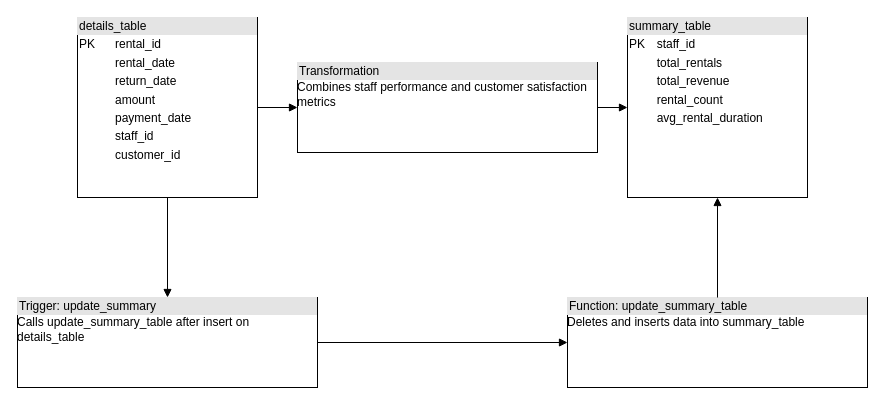
Earlier version of the draw.io diagram Tables Diagram.drawio (timjavins/WGU-D191--Advanced-Data-Management--VDM2). Source tidied: cells renumbered, new cells numbered last; positions are measured from the earlier drawing's top-left corner, leaving out a move shared by most shapes. Both pictures are drawn from the tidied source at 100%, with x=0, y=0 at pixel (17, 17).
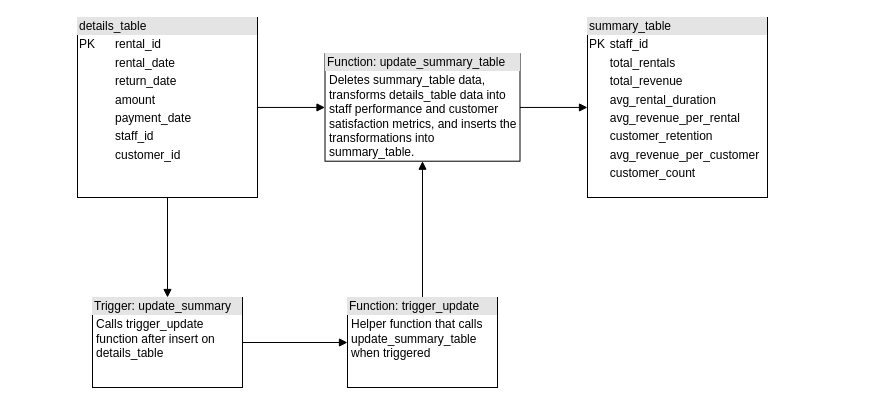
The same page after the edit.

Diff of the diagram source:
```diff
@@
 <mxGraphModel>
   <root>
     <mxCell id="0" />
     <mxCell id="1" parent="0" />
     <mxCell id="2" value="&lt;div style=&quot;box-sizing:border-box;width:100%;background:#e4e4e4;padding:2px;&quot;&gt;details_table&lt;/div&gt;&lt;table style=&quot;width:100%;font-size:1em;&quot; cellpadding=&quot;2&quot; cellspacing=&quot;0&quot;&gt;&lt;tbody&gt;&lt;tr&gt;&lt;td&gt;PK&lt;/td&gt;&lt;td&gt;rental_id&lt;/td&gt;&lt;/tr&gt;&lt;tr&gt;&lt;td&gt;&lt;/td&gt;&lt;td&gt;rental_date&lt;/td&gt;&lt;/tr&gt;&lt;tr&gt;&lt;td&gt;&lt;/td&gt;&lt;td&gt;return_date&lt;/td&gt;&lt;/tr&gt;&lt;tr&gt;&lt;td&gt;&lt;/td&gt;&lt;td&gt;amount&lt;/td&gt;&lt;/tr&gt;&lt;tr&gt;&lt;td&gt;&lt;/td&gt;&lt;td&gt;payment_date&lt;/td&gt;&lt;/tr&gt;&lt;tr&gt;&lt;td&gt;&lt;/td&gt;&lt;td&gt;staff_id&lt;/td&gt;&lt;/tr&gt;&lt;tr&gt;&lt;td&gt;&lt;/td&gt;&lt;td&gt;customer_id&lt;/td&gt;&lt;/tr&gt;&lt;/tbody&gt;&lt;/table&gt;" style="verticalAlign=top;align=left;overflow=fill;html=1;whiteSpace=wrap;" parent="1" vertex="1">
       <mxGeometry x="60" width="180" height="180" as="geometry" />
     </mxCell>
-    <mxCell id="3" value="&lt;div style=&quot;box-sizing:border-box;width:100%;background:#e4e4e4;padding:2px;&quot;&gt;summary_table&lt;/div&gt;&lt;table style=&quot;width:100%;font-size:1em;&quot; cellpadding=&quot;2&quot; cellspacing=&quot;0&quot;&gt;&lt;tbody&gt;&lt;tr&gt;&lt;td&gt;PK&lt;/td&gt;&lt;td&gt;staff_id&lt;/td&gt;&lt;/tr&gt;&lt;tr&gt;&lt;td&gt;&lt;/td&gt;&lt;td&gt;total_rentals&lt;/td&gt;&lt;/tr&gt;&lt;tr&gt;&lt;td&gt;&lt;/td&gt;&lt;td&gt;total_revenue&lt;/td&gt;&lt;/tr&gt;&lt;tr&gt;&lt;td&gt;&lt;/td&gt;&lt;td&gt;rental_count&lt;/td&gt;&lt;/tr&gt;&lt;tr&gt;&lt;td&gt;&lt;/td&gt;&lt;td&gt;avg_rental_duration&lt;/td&gt;&lt;/tr&gt;&lt;/tbody&gt;&lt;/table&gt;" style="verticalAlign=top;align=left;overflow=fill;html=1;whiteSpace=wrap;" parent="1" vertex="1">
-      <mxGeometry x="610" width="180" height="180" as="geometry" />
+    <mxCell id="3" value="&lt;div style=&quot;box-sizing:border-box;width:100%;background:#e4e4e4;padding:2px;&quot;&gt;summary_table&lt;/div&gt;&lt;table style=&quot;width:100%;font-size:1em;&quot; cellpadding=&quot;2&quot; cellspacing=&quot;0&quot;&gt;&lt;tbody&gt;&lt;tr&gt;&lt;td&gt;PK&lt;/td&gt;&lt;td&gt;staff_id&lt;/td&gt;&lt;/tr&gt;&lt;tr&gt;&lt;td&gt;&lt;/td&gt;&lt;td&gt;total_rentals&lt;/td&gt;&lt;/tr&gt;&lt;tr&gt;&lt;td&gt;&lt;/td&gt;&lt;td&gt;total_revenue&lt;/td&gt;&lt;/tr&gt;&lt;tr&gt;&lt;td&gt;&lt;/td&gt;&lt;td&gt;avg_rental_duration&lt;br&gt;&lt;/td&gt;&lt;/tr&gt;&lt;tr&gt;&lt;td&gt;&lt;/td&gt;&lt;td&gt;avg_revenue_per_rental&lt;br&gt;&lt;/td&gt;&lt;/tr&gt;&lt;tr&gt;&lt;td&gt;&lt;/td&gt;&lt;td&gt;customer_retention&lt;/td&gt;&lt;/tr&gt;&lt;tr&gt;&lt;td&gt;&lt;/td&gt;&lt;td&gt;avg_revenue_per_customer&lt;br&gt;&lt;/td&gt;&lt;/tr&gt;&lt;tr&gt;&lt;td&gt;&lt;/td&gt;&lt;td&gt;customer_count&lt;br&gt;&lt;/td&gt;&lt;/tr&gt;&lt;tr&gt;&lt;td&gt;&lt;/td&gt;&lt;td&gt;&lt;br&gt;&lt;/td&gt;&lt;/tr&gt;&lt;/tbody&gt;&lt;/table&gt;" style="verticalAlign=top;align=left;overflow=fill;html=1;whiteSpace=wrap;" parent="1" vertex="1">
+      <mxGeometry x="570" width="180" height="180" as="geometry" />
     </mxCell>
-    <mxCell id="4" value="&lt;div style=&quot;box-sizing:border-box;width:100%;background:#e4e4e4;padding:2px;&quot;&gt;Function: update_summary_table&lt;/div&gt;&lt;div&gt;Deletes and inserts data into summary_table&lt;/div&gt;" style="verticalAlign=top;align=left;overflow=fill;html=1;whiteSpace=wrap;" parent="1" vertex="1">
-      <mxGeometry x="550" y="280" width="300" height="90" as="geometry" />
+    <mxCell id="4" value="&lt;div style=&quot;box-sizing:border-box;width:100%;background:#e4e4e4;padding:2px;&quot;&gt;Function: update_summary_table&lt;/div&gt;&lt;div style=&quot;padding-left: 4px; padding-top: 2px;&quot;&gt;Deletes summary_table data, t&lt;span style=&quot;background-color: initial;&quot;&gt;ransforms details_table data into staff performance and customer satisfaction metrics, and inserts the transformations into summary_table.&lt;/span&gt;&lt;/div&gt;" style="verticalAlign=top;align=left;overflow=fill;html=1;whiteSpace=wrap;spacingLeft=0;spacing=2;" parent="1" vertex="1">
+      <mxGeometry x="307.5" y="36.2" width="195" height="107.5" as="geometry" />
     </mxCell>
-    <mxCell id="5" value="&lt;div style=&quot;box-sizing:border-box;width:100%;background:#e4e4e4;padding:2px;&quot;&gt;Trigger: update_summary&lt;/div&gt;&lt;div&gt;Calls update_summary_table after insert on details_table&lt;/div&gt;" style="verticalAlign=top;align=left;overflow=fill;html=1;whiteSpace=wrap;" parent="1" vertex="1">
-      <mxGeometry y="280" width="300" height="90" as="geometry" />
+    <mxCell id="5" value="&lt;div style=&quot;box-sizing:border-box;width:100%;background:#e4e4e4;padding:2px;&quot;&gt;Trigger: update_summary&lt;/div&gt;&lt;div style=&quot;padding-left: 4px; padding-top: 2px;&quot;&gt;Calls trigger_update function after insert on details_table&lt;/div&gt;" style="verticalAlign=top;align=left;overflow=fill;html=1;whiteSpace=wrap;" parent="1" vertex="1">
+      <mxGeometry x="75" y="280" width="150" height="90" as="geometry" />
     </mxCell>
-    <mxCell id="6" value="&lt;div style=&quot;box-sizing:border-box;width:100%;background:#e4e4e4;padding:2px;&quot;&gt;Transformation&lt;/div&gt;&lt;div&gt;Combines staff performance and customer satisfaction metrics&lt;/div&gt;" style="verticalAlign=top;align=left;overflow=fill;html=1;whiteSpace=wrap;" parent="1" vertex="1">
-      <mxGeometry x="280" y="45" width="300" height="90" as="geometry" />
-    </mxCell>
-    <mxCell id="7" style="endArrow=block;html=1;edgeStyle=orthogonalEdgeStyle;rounded=0;" parent="1" edge="1" source="2" target="6">
+    <mxCell id="7" style="endArrow=block;html=1;edgeStyle=orthogonalEdgeStyle;rounded=0;entryX=0;entryY=0.5;entryDx=0;entryDy=0;" parent="1" edge="1" source="2" target="4">
       <mxGeometry relative="1" as="geometry" />
     </mxCell>
-    <mxCell id="8" style="endArrow=block;html=1;edgeStyle=orthogonalEdgeStyle;rounded=0;" parent="1" edge="1" source="4" target="3">
-      <mxGeometry relative="1" as="geometry" />
-    </mxCell>
     <mxCell id="9" style="endArrow=block;html=1;edgeStyle=orthogonalEdgeStyle;rounded=0;" parent="1" edge="1" source="2" target="5">
       <mxGeometry relative="1" as="geometry" />
     </mxCell>
-    <mxCell id="10" style="endArrow=block;html=1;edgeStyle=orthogonalEdgeStyle;rounded=0;entryX=0;entryY=0.5;entryDx=0;entryDy=0;" parent="1" edge="1" source="5" target="4">
+    <mxCell id="10" style="endArrow=block;html=1;edgeStyle=orthogonalEdgeStyle;rounded=0;entryX=0.5;entryY=1;entryDx=0;entryDy=0;" parent="1" edge="1" source="13" target="4">
       <mxGeometry relative="1" as="geometry" />
     </mxCell>
-    <mxCell id="11" style="endArrow=block;html=1;edgeStyle=orthogonalEdgeStyle;rounded=0;" parent="1" edge="1" source="6" target="3">
+    <mxCell id="11" style="endArrow=block;html=1;edgeStyle=orthogonalEdgeStyle;rounded=0;exitX=1;exitY=0.5;exitDx=0;exitDy=0;" parent="1" edge="1" source="4" target="3">
       <mxGeometry relative="1" as="geometry" />
     </mxCell>
+    <mxCell id="12" style="endArrow=block;html=1;edgeStyle=orthogonalEdgeStyle;rounded=0;entryX=0;entryY=0.5;entryDx=0;entryDy=0;" parent="1" edge="1" source="5" target="13">
+      <mxGeometry relative="1" as="geometry" />
+    </mxCell>
+    <mxCell id="13" value="&lt;div style=&quot;box-sizing:border-box;width:100%;background:#e4e4e4;padding:2px;&quot;&gt;Function: trigger_update&lt;/div&gt;&lt;div style=&quot;padding-left: 4px; padding-top: 2px;&quot;&gt;Helper function that calls update_summary_table when triggered&lt;/div&gt;" style="verticalAlign=top;align=left;overflow=fill;html=1;whiteSpace=wrap;" parent="1" vertex="1">
+      <mxGeometry x="330" y="280" width="150" height="90" as="geometry" />
+    </mxCell>
   </root>
 </mxGraphModel>
```
